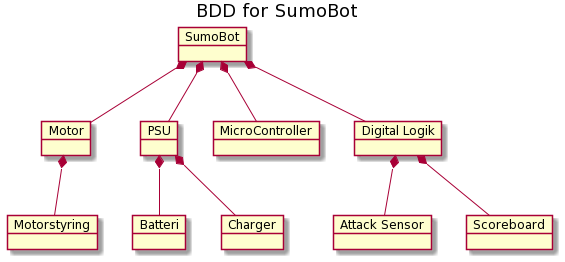
Earlier version of the PlantUML export Diagrammer/SumoBot_Bdd/SumoBot_Bdd.png (Solvgraa-mager/E3PRJ3). Its diagram source:
```plantuml
@startuml
skinparam BackgroundColor transparent

title BDD for SumoBot

object "SumoBot" as SumoBot
object "Motor" as Motor
object "Motorstyring" as Motorstyring
object "PSU" as PSU
object "Batteri" as Batteri
object "Charger" as Charger
object "MicroController" as muc_SumoBot
object "Digital Logik" as muc2_SumoBot
object "Attack Sensor" as AttackSensor
object "Scoreboard" as Scoreboard

SumoBot *-- Motor
  Motor *-- Motorstyring
SumoBot *-- PSU
  PSU *-- Charger
  PSU *-- Batteri
SumoBot *-- muc_SumoBot
SumoBot *-- muc2_SumoBot
muc2_SumoBot *-- AttackSensor
muc2_SumoBot *-- Scoreboard
@enduml
```
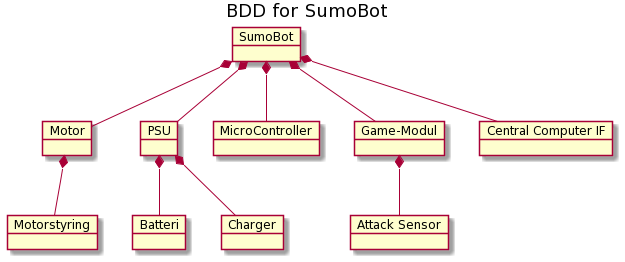
After the commit.

Change to the diagram source:
```diff
@@ -10,9 +10,9 @@
 object "Batteri" as Batteri
 object "Charger" as Charger
 object "MicroController" as muc_SumoBot
-object "Digital Logik" as muc2_SumoBot
+object "Game-Modul" as game_Module
 object "Attack Sensor" as AttackSensor
-object "Scoreboard" as Scoreboard
+object "Central Computer IF" as central_computer_IF
 
 SumoBot *-- Motor
   Motor *-- Motorstyring
@@ -20,7 +20,7 @@
   PSU *-- Charger
   PSU *-- Batteri
 SumoBot *-- muc_SumoBot
-SumoBot *-- muc2_SumoBot
-muc2_SumoBot *-- AttackSensor
-muc2_SumoBot *-- Scoreboard
+SumoBot *-- game_Module
+game_Module *-- AttackSensor
+SumoBot *-- central_computer_IF
 @enduml
```
